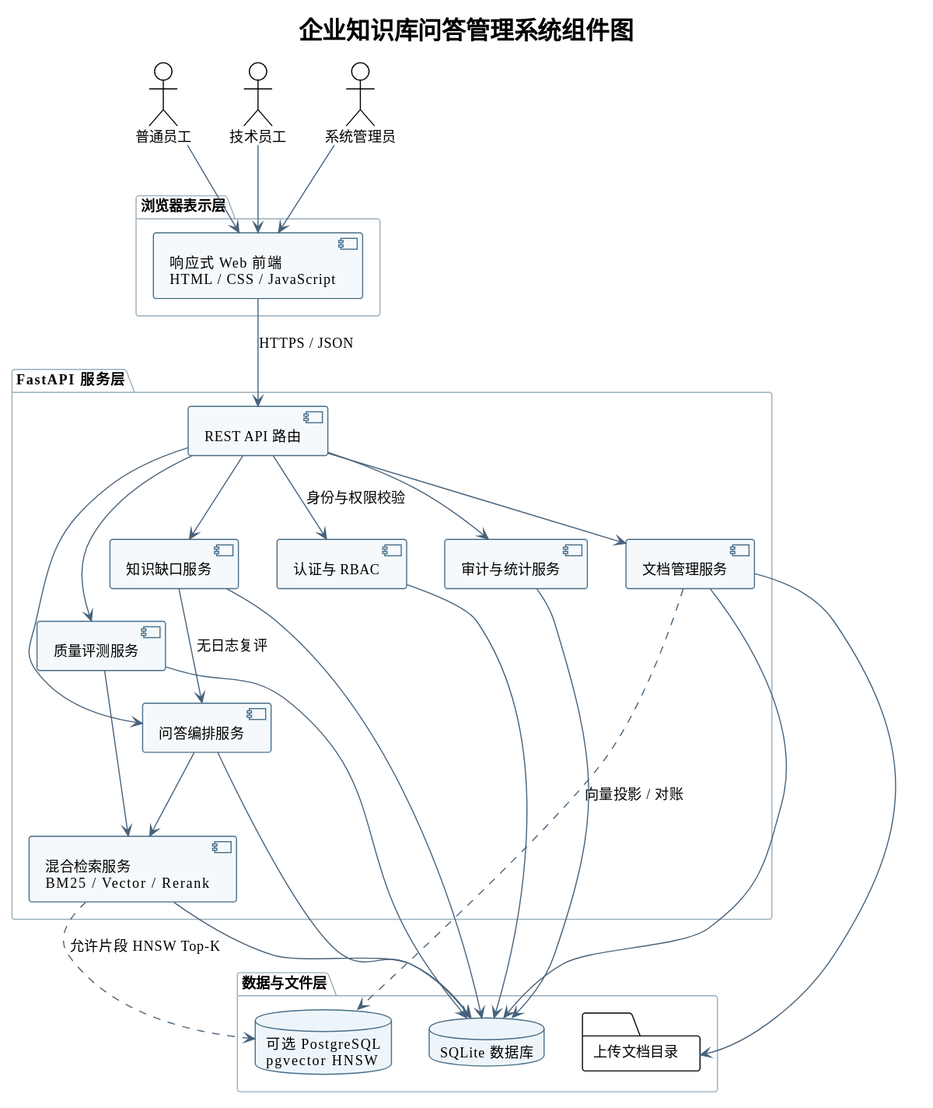
Before: docs/diagrams/system-components.svg, a diagram exported from PlantUML (54sbkyc/enterprise-rag-ai-agent-platform).
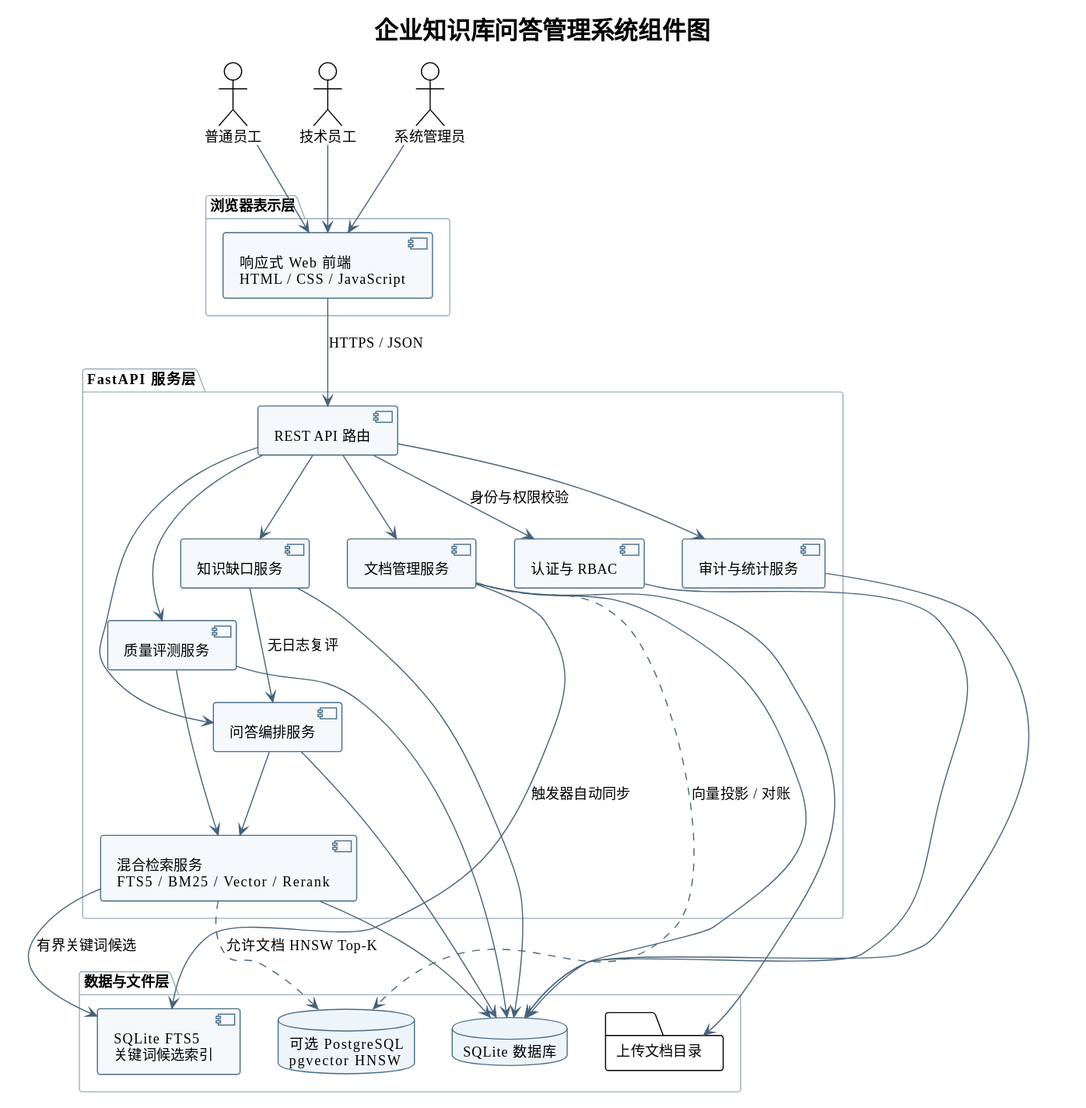
The same diagram one commit later.

Change to the diagram source:
```diff
@@ -27,7 +27,7 @@
   component "认证与 RBAC" as Auth
   component "文档管理服务" as Document
   component "问答编排服务" as QA
-  component "混合检索服务\nBM25 / Vector / Rerank" as Retrieval
+  component "混合检索服务\nFTS5 / BM25 / Vector / Rerank" as Retrieval
   component "质量评测服务" as Evaluation
   component "知识缺口服务" as Gap
   component "审计与统计服务" as Audit
@@ -35,6 +35,7 @@
 
 package "数据与文件层" {
   database "SQLite 数据库" as SQLite
+  component "SQLite FTS5\n关键词候选索引" as FTS
   database "可选 PostgreSQL\npgvector HNSW" as Pgvector
   folder "上传文档目录" as Uploads
 }
@@ -56,10 +57,12 @@
 
 Auth --> SQLite
 Document --> SQLite
+Document --> FTS : 触发器自动同步
 Document ..> Pgvector : 向量投影 / 对账
 Document --> Uploads
 Retrieval --> SQLite
-Retrieval ..> Pgvector : 允许片段 HNSW Top-K
+Retrieval --> FTS : 有界关键词候选
+Retrieval ..> Pgvector : 允许文档 HNSW Top-K
 QA --> SQLite
 Evaluation --> SQLite
 Gap --> SQLite
```
